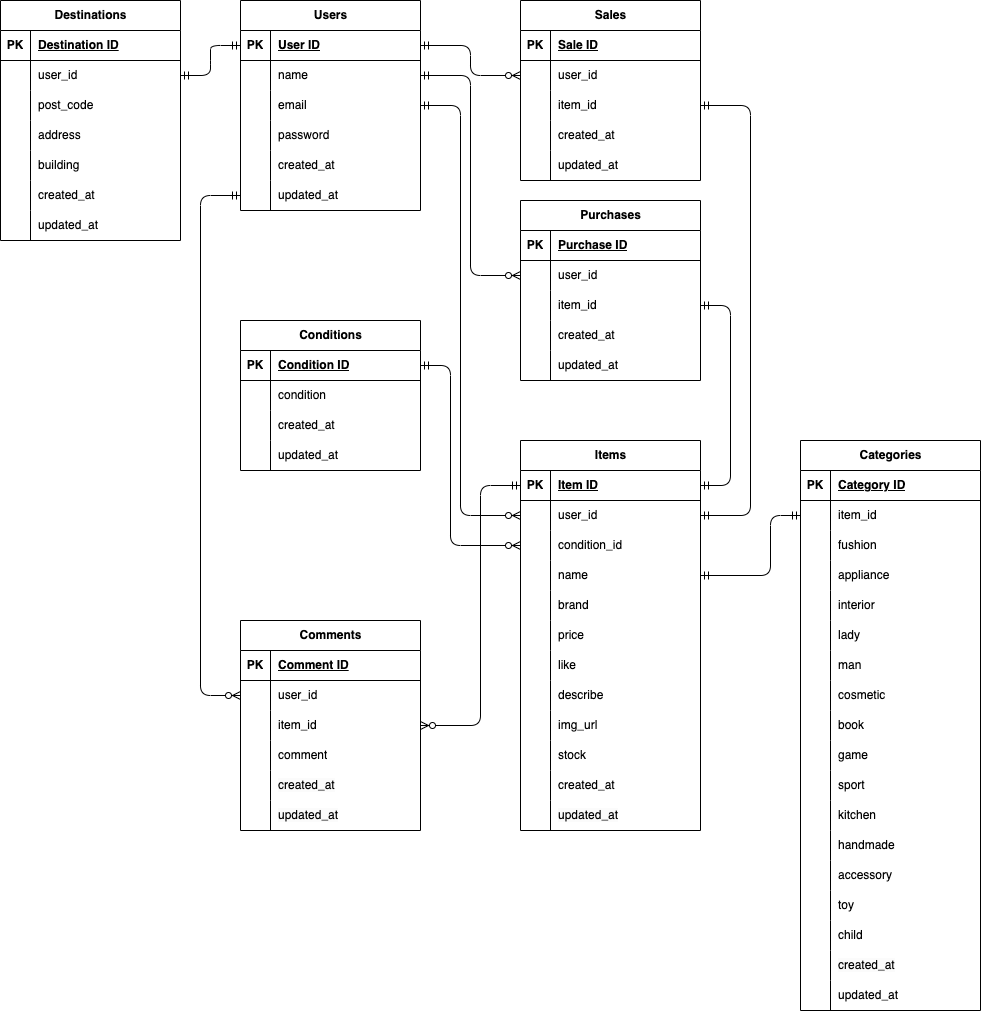
StrawberryFairyPrincess/flea-market_mock keeps this draw.io diagram as src/EntityRelationshipDiagram.drawio.png. Above is the earlier version. Source tidied: cells renumbered, new cells last; positions are measured from the earlier drawing's top-left corner, leaving out a move shared by most shapes.
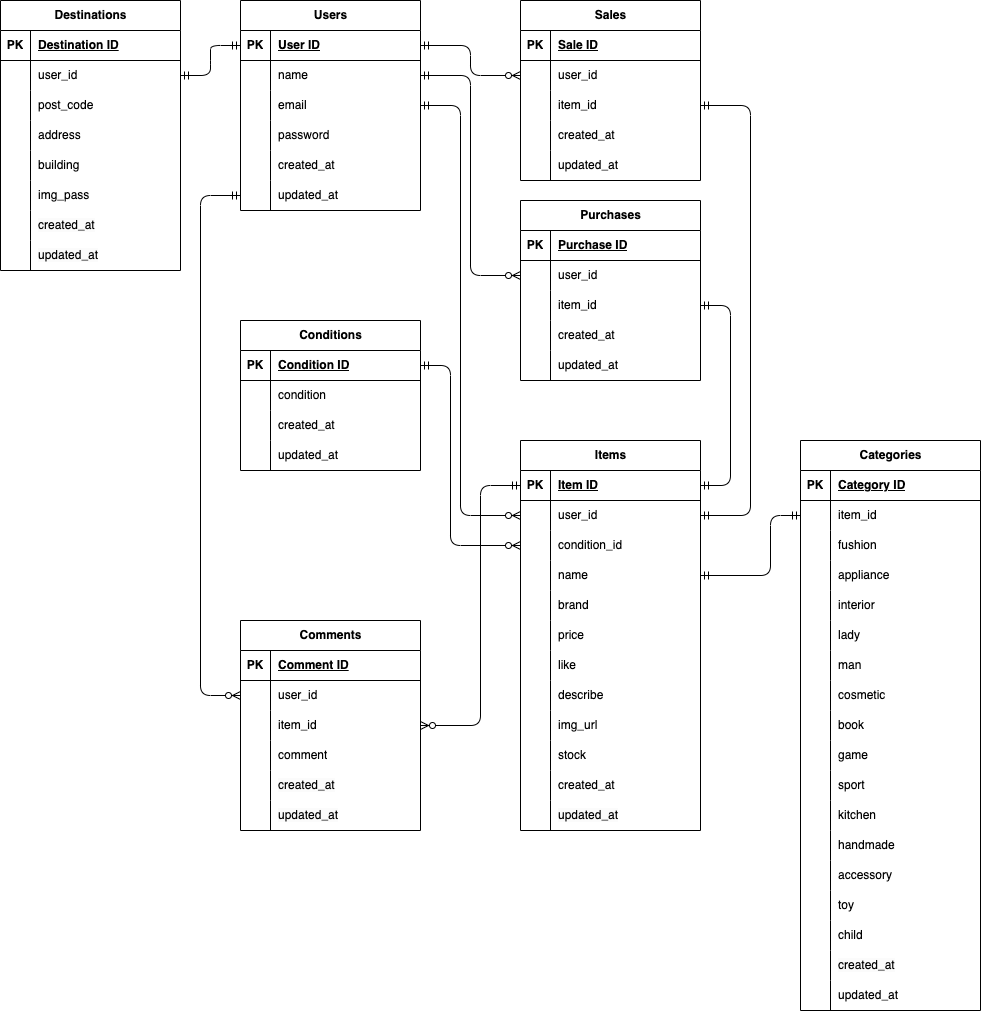
The same file after the commit.

Change to the diagram source:
```diff
@@ -219,7 +219,7 @@
       <mxGeometry x="30" width="150" height="30" as="geometry" />
     </mxCell>
     <mxCell id="74" value="Destinations" style="shape=table;startSize=30;rowLines=0;fontStyle=1;align=center;html=1;" parent="1" vertex="1">
-      <mxGeometry width="180" height="240" as="geometry" />
+      <mxGeometry width="180" height="270" as="geometry" />
     </mxCell>
     <mxCell id="75" style="shape=tableRow;horizontal=0;startSize=0;swimlaneHead=0;swimlaneBody=0;fillColor=none;top=0;left=0;right=0;bottom=1;" parent="74" vertex="1">
       <mxGeometry y="30" width="180" height="30" as="geometry" />
@@ -272,7 +272,7 @@
     <mxCell id="91" style="shape=partialRectangle;fillColor=none;top=0;left=0;bottom=0;right=0;overflow=hidden;whiteSpace=wrap;html=1;" parent="90" vertex="1">
       <mxGeometry width="30" height="30" as="geometry" />
     </mxCell>
-    <mxCell id="92" value="&lt;span style=&quot;color: rgb(0, 0, 0);&quot;&gt;created_at&lt;/span&gt;" style="shape=partialRectangle;fillColor=none;top=0;left=0;bottom=0;right=0;align=left;spacingLeft=6;overflow=hidden;whiteSpace=wrap;html=1;" parent="90" vertex="1">
+    <mxCell id="92" value="img_pass" style="shape=partialRectangle;fillColor=none;top=0;left=0;bottom=0;right=0;align=left;spacingLeft=6;overflow=hidden;whiteSpace=wrap;html=1;" parent="90" vertex="1">
       <mxGeometry x="30" width="150" height="30" as="geometry" />
     </mxCell>
     <mxCell id="93" style="shape=tableRow;horizontal=0;startSize=0;swimlaneHead=0;swimlaneBody=0;fillColor=none;top=0;left=0;right=0;bottom=0;" parent="74" vertex="1">
@@ -281,9 +281,18 @@
     <mxCell id="94" style="shape=partialRectangle;fillColor=none;top=0;left=0;bottom=0;right=0;overflow=hidden;whiteSpace=wrap;html=1;" parent="93" vertex="1">
       <mxGeometry width="30" height="30" as="geometry" />
     </mxCell>
-    <mxCell id="95" value="&lt;span style=&quot;color: rgb(0, 0, 0);&quot;&gt;updated_at&lt;/span&gt;" style="shape=partialRectangle;fillColor=none;top=0;left=0;bottom=0;right=0;align=left;spacingLeft=6;overflow=hidden;whiteSpace=wrap;html=1;" parent="93" vertex="1">
+    <mxCell id="95" value="&lt;meta charset=&quot;utf-8&quot;&gt;&lt;span style=&quot;color: rgb(0, 0, 0); font-family: Helvetica; font-size: 12px; font-style: normal; font-variant-ligatures: normal; font-variant-caps: normal; font-weight: 400; letter-spacing: normal; orphans: 2; text-align: left; text-indent: 0px; text-transform: none; widows: 2; word-spacing: 0px; -webkit-text-stroke-width: 0px; white-space: normal; background-color: rgb(251, 251, 251); text-decoration-thickness: initial; text-decoration-style: initial; text-decoration-color: initial; display: inline !important; float: none;&quot;&gt;created_at&lt;/span&gt;" style="shape=partialRectangle;fillColor=none;top=0;left=0;bottom=0;right=0;align=left;spacingLeft=6;overflow=hidden;whiteSpace=wrap;html=1;" parent="93" vertex="1">
       <mxGeometry x="30" width="150" height="30" as="geometry" />
     </mxCell>
+    <mxCell id="209" style="shape=tableRow;horizontal=0;startSize=0;swimlaneHead=0;swimlaneBody=0;fillColor=none;top=0;left=0;right=0;bottom=0;" parent="74" vertex="1">
+      <mxGeometry y="240" width="180" height="30" as="geometry" />
+    </mxCell>
+    <mxCell id="210" style="shape=partialRectangle;fillColor=none;top=0;left=0;bottom=0;right=0;overflow=hidden;whiteSpace=wrap;html=1;" parent="209" vertex="1">
+      <mxGeometry width="30" height="30" as="geometry" />
+    </mxCell>
+    <mxCell id="211" value="&lt;meta charset=&quot;utf-8&quot;&gt;&lt;span style=&quot;color: rgb(0, 0, 0); font-family: Helvetica; font-size: 12px; font-style: normal; font-variant-ligatures: normal; font-variant-caps: normal; font-weight: 400; letter-spacing: normal; orphans: 2; text-align: left; text-indent: 0px; text-transform: none; widows: 2; word-spacing: 0px; -webkit-text-stroke-width: 0px; white-space: normal; background-color: rgb(251, 251, 251); text-decoration-thickness: initial; text-decoration-style: initial; text-decoration-color: initial; display: inline !important; float: none;&quot;&gt;updated_at&lt;/span&gt;" style="shape=partialRectangle;fillColor=none;top=0;left=0;bottom=0;right=0;align=left;spacingLeft=6;overflow=hidden;whiteSpace=wrap;html=1;" parent="209" vertex="1">
+      <mxGeometry x="30" width="150" height="30" as="geometry" />
+    </mxCell>
     <mxCell id="96" value="Conditions" style="shape=table;startSize=30;rowLines=0;fontStyle=1;align=center;html=1;" parent="1" vertex="1">
       <mxGeometry x="240" y="320" width="180" height="150" as="geometry" />
     </mxCell>
```
